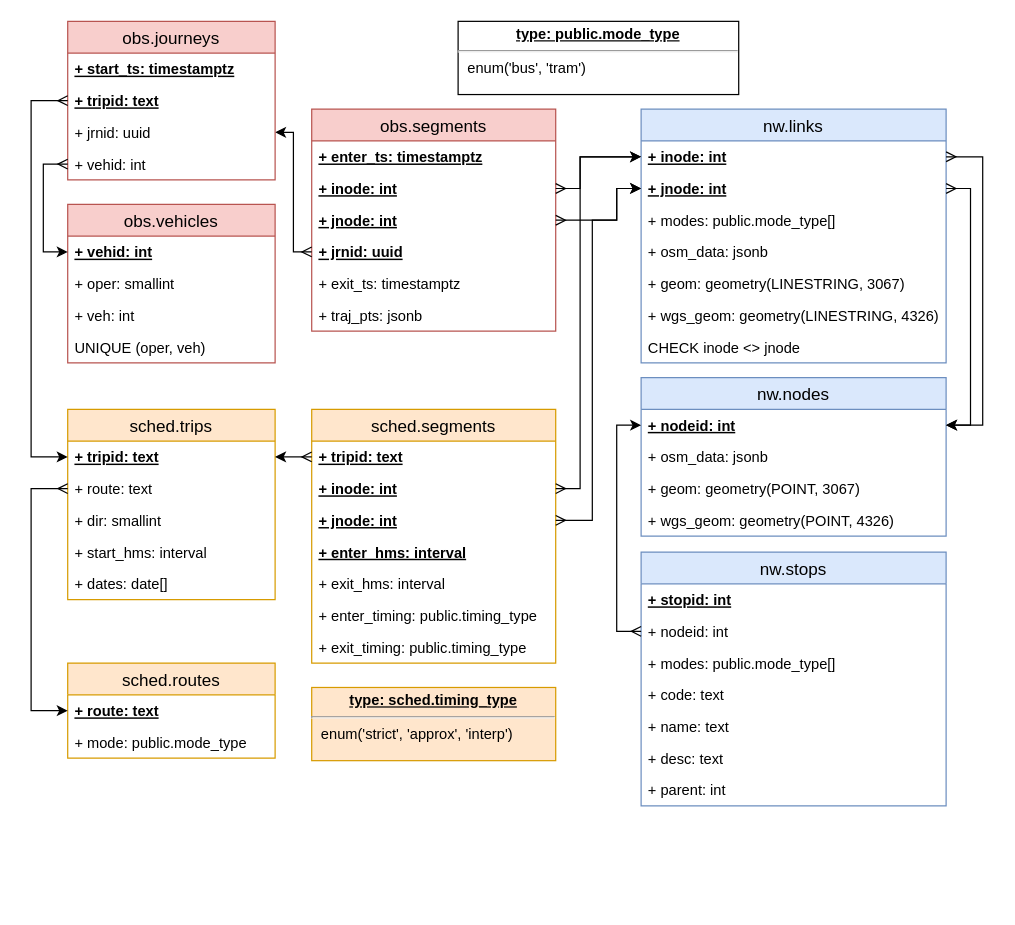
Before: page "production" (1 of 4) of docs/sujuikoDB.drawio in datarttu/sujuikoDB, a draw.io diagram. Source tidied: cells renumbered, new cells numbered last; positions are measured from the earlier drawing's top-left corner, leaving out a move shared by most shapes. Both pictures are drawn from the tidied source at 122%, with x=0, y=0 at pixel (30, 21).
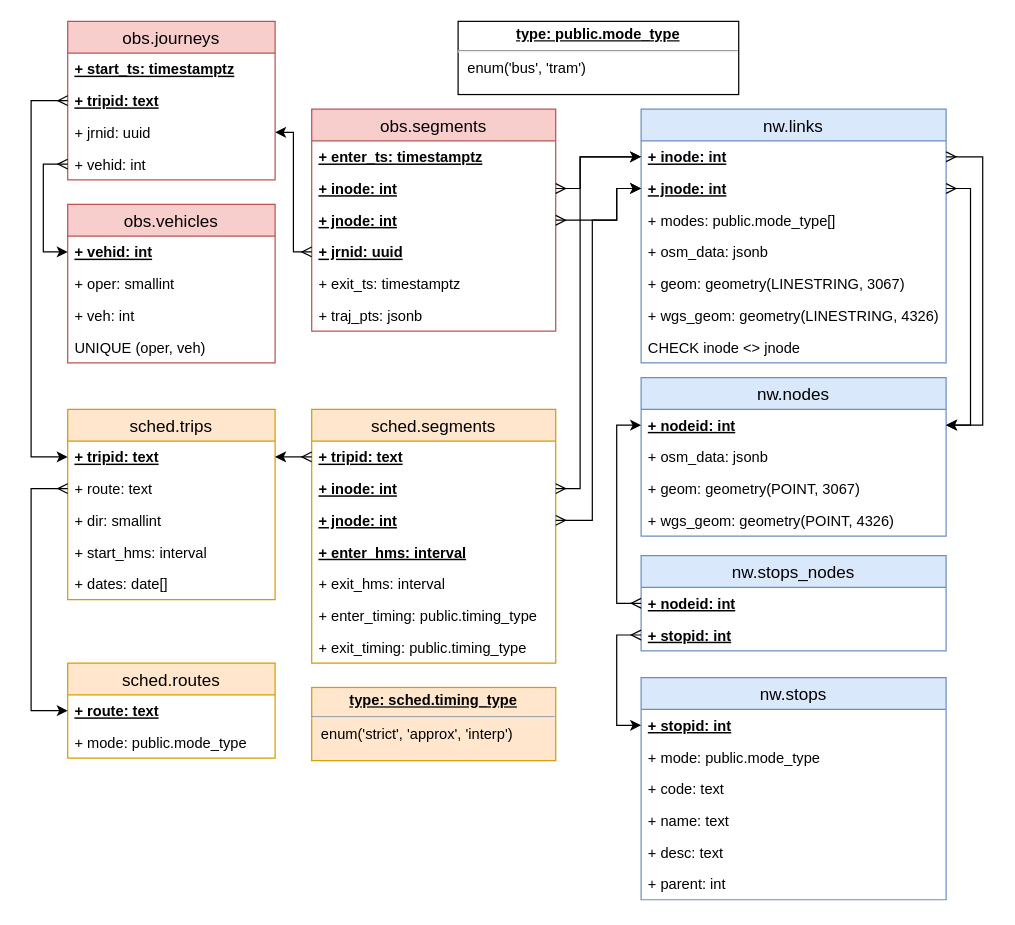
The same page after the edit.

The change refers to these unchanged cells:
```xml
<mxCell id="19" value="+ nodeid: int" style="text;strokeColor=none;fillColor=none;spacingLeft=4;spacingRight=4;overflow=hidden;points=[[0,0.5],[1,0.5]];portConstraint=eastwest;fontSize=12;fontStyle=5;" parent="18" vertex="1">
  <mxGeometry y="26" width="250" height="26" as="geometry" />
</mxCell>
<mxCell id="24" value="+ stopid: int" style="text;strokeColor=none;fillColor=none;spacingLeft=4;spacingRight=4;overflow=hidden;points=[[0,0.5],[1,0.5]];portConstraint=eastwest;fontSize=12;fontStyle=5;" parent="23" vertex="1">
  <mxGeometry y="26" width="250" height="26" as="geometry" />
</mxCell>
<mxCell id="57" value="+ vehid: int" style="text;strokeColor=none;fillColor=none;spacingLeft=4;spacingRight=4;overflow=hidden;points=[[0,0.5],[1,0.5]];portConstraint=eastwest;fontSize=12;" parent="53" vertex="1">
  <mxGeometry y="104" width="170" height="26" as="geometry" />
</mxCell>
<mxCell id="65" value="+ vehid: int" style="text;strokeColor=none;fillColor=none;spacingLeft=4;spacingRight=4;overflow=hidden;points=[[0,0.5],[1,0.5]];portConstraint=eastwest;fontSize=12;fontStyle=5;" parent="64" vertex="1">
  <mxGeometry y="26" width="170" height="26" as="geometry" />
</mxCell>
```

What changed in the source:
```diff
@@
     <mxCell id="23" value="nw.stops" style="swimlane;fontStyle=0;horizontal=1;startSize=26;fillColor=#dae8fc;swimlaneFillColor=#ffffff;align=center;fontSize=14;strokeColor=#6c8ebf;" parent="1" vertex="1">
-      <mxGeometry x="500" y="435" width="250" height="208" as="geometry" />
+      <mxGeometry x="500" y="538" width="250" height="182" as="geometry" />
     </mxCell>
@@
-    <mxCell id="25" value="+ nodeid: int" style="text;strokeColor=none;fillColor=none;spacingLeft=4;spacingRight=4;overflow=hidden;points=[[0,0.5],[1,0.5]];portConstraint=eastwest;fontSize=12;" parent="23" vertex="1">
-      <mxGeometry y="52" width="250" height="26" as="geometry" />
-    </mxCell>
-    <mxCell id="26" value="+ modes: public.mode_type[]" style="text;strokeColor=none;fillColor=none;spacingLeft=4;spacingRight=4;overflow=hidden;fontSize=12;" parent="23" vertex="1">
-      <mxGeometry y="78" width="250" height="26" as="geometry" />
+    <mxCell id="26" value="+ mode: public.mode_type" style="text;strokeColor=none;fillColor=none;spacingLeft=4;spacingRight=4;overflow=hidden;fontSize=12;" parent="23" vertex="1">
+      <mxGeometry y="52" width="250" height="26" as="geometry" />
     </mxCell>
     <mxCell id="27" value="+ code: text" style="text;strokeColor=none;fillColor=none;spacingLeft=4;spacingRight=4;overflow=hidden;fontSize=12;" parent="23" vertex="1">
-      <mxGeometry y="104" width="250" height="26" as="geometry" />
+      <mxGeometry y="78" width="250" height="26" as="geometry" />
     </mxCell>
     <mxCell id="28" value="+ name: text" style="text;strokeColor=none;fillColor=none;spacingLeft=4;spacingRight=4;overflow=hidden;fontSize=12;" parent="23" vertex="1">
-      <mxGeometry y="130" width="250" height="26" as="geometry" />
+      <mxGeometry y="104" width="250" height="26" as="geometry" />
     </mxCell>
     <mxCell id="29" value="+ desc: text" style="text;strokeColor=none;fillColor=none;spacingLeft=4;spacingRight=4;overflow=hidden;fontSize=12;" parent="23" vertex="1">
-      <mxGeometry y="156" width="250" height="26" as="geometry" />
+      <mxGeometry y="130" width="250" height="26" as="geometry" />
     </mxCell>
     <mxCell id="30" value="+ parent: int" style="text;strokeColor=none;fillColor=none;spacingLeft=4;spacingRight=4;overflow=hidden;fontSize=12;" parent="23" vertex="1">
-      <mxGeometry y="182" width="250" height="26" as="geometry" />
+      <mxGeometry y="156" width="250" height="26" as="geometry" />
     </mxCell>
@@
+    <mxCell id="70" style="edgeStyle=orthogonalEdgeStyle;rounded=0;jettySize=auto;html=1;exitX=0;exitY=0.5;exitDx=0;exitDy=0;entryX=0;entryY=0.5;entryDx=0;entryDy=0;startArrow=ERmany;startFill=0;" parent="1" edge="1" source="57" target="65">
+      <mxGeometry relative="1" as="geometry" />
+    </mxCell>
+    <mxCell id="71" value="nw.stops_nodes" style="swimlane;fontStyle=0;horizontal=1;startSize=26;fillColor=#dae8fc;swimlaneFillColor=#ffffff;align=center;fontSize=14;strokeColor=#6c8ebf;" parent="1" vertex="1">
+      <mxGeometry x="500" y="438" width="250" height="78" as="geometry" />
+    </mxCell>
+    <mxCell id="25" value="+ nodeid: int" style="text;strokeColor=none;fillColor=none;spacingLeft=4;spacingRight=4;overflow=hidden;points=[[0,0.5],[1,0.5]];portConstraint=eastwest;fontSize=12;fontStyle=5;" parent="71" vertex="1">
+      <mxGeometry y="26" width="250" height="26" as="geometry" />
+    </mxCell>
+    <mxCell id="72" value="+ stopid: int" style="text;strokeColor=none;fillColor=none;spacingLeft=4;spacingRight=4;overflow=hidden;points=[[0,0.5],[1,0.5]];portConstraint=eastwest;fontSize=12;fontStyle=5;" parent="71" vertex="1">
+      <mxGeometry y="52" width="250" height="26" as="geometry" />
+    </mxCell>
+    <mxCell id="73" style="edgeStyle=orthogonalEdgeStyle;rounded=0;jettySize=auto;html=1;exitX=0;exitY=0.5;exitDx=0;exitDy=0;entryX=0;entryY=0.5;entryDx=0;entryDy=0;startArrow=ERmany;startFill=0;" parent="1" edge="1" source="72" target="24">
+      <mxGeometry relative="1" as="geometry" />
+    </mxCell>
-    <mxCell id="69" style="edgeStyle=elbowEdgeStyle;rounded=0;jettySize=auto;html=1;exitX=0;exitY=0.5;exitDx=0;exitDy=0;entryX=0;entryY=0.5;entryDx=0;entryDy=0;startArrow=ERmany;startFill=0;" parent="1" edge="1" source="25" target="19">
-      <mxGeometry relative="1" as="geometry">
-        <Array as="points">
-          <mxPoint x="480" y="408" />
-        </Array>
-      </mxGeometry>
+    <mxCell id="69" style="edgeStyle=orthogonalEdgeStyle;rounded=0;jettySize=auto;html=1;exitX=0;exitY=0.5;exitDx=0;exitDy=0;entryX=0;entryY=0.5;entryDx=0;entryDy=0;startArrow=ERmany;startFill=0;" parent="1" edge="1" source="25" target="19">
+      <mxGeometry relative="1" as="geometry" />
     </mxCell>
-    <mxCell id="70" style="edgeStyle=orthogonalEdgeStyle;rounded=0;jettySize=auto;html=1;exitX=0;exitY=0.5;exitDx=0;exitDy=0;entryX=0;entryY=0.5;entryDx=0;entryDy=0;startArrow=ERmany;startFill=0;" parent="1" edge="1" source="57" target="65">
-      <mxGeometry relative="1" as="geometry" />
-    </mxCell>
```
